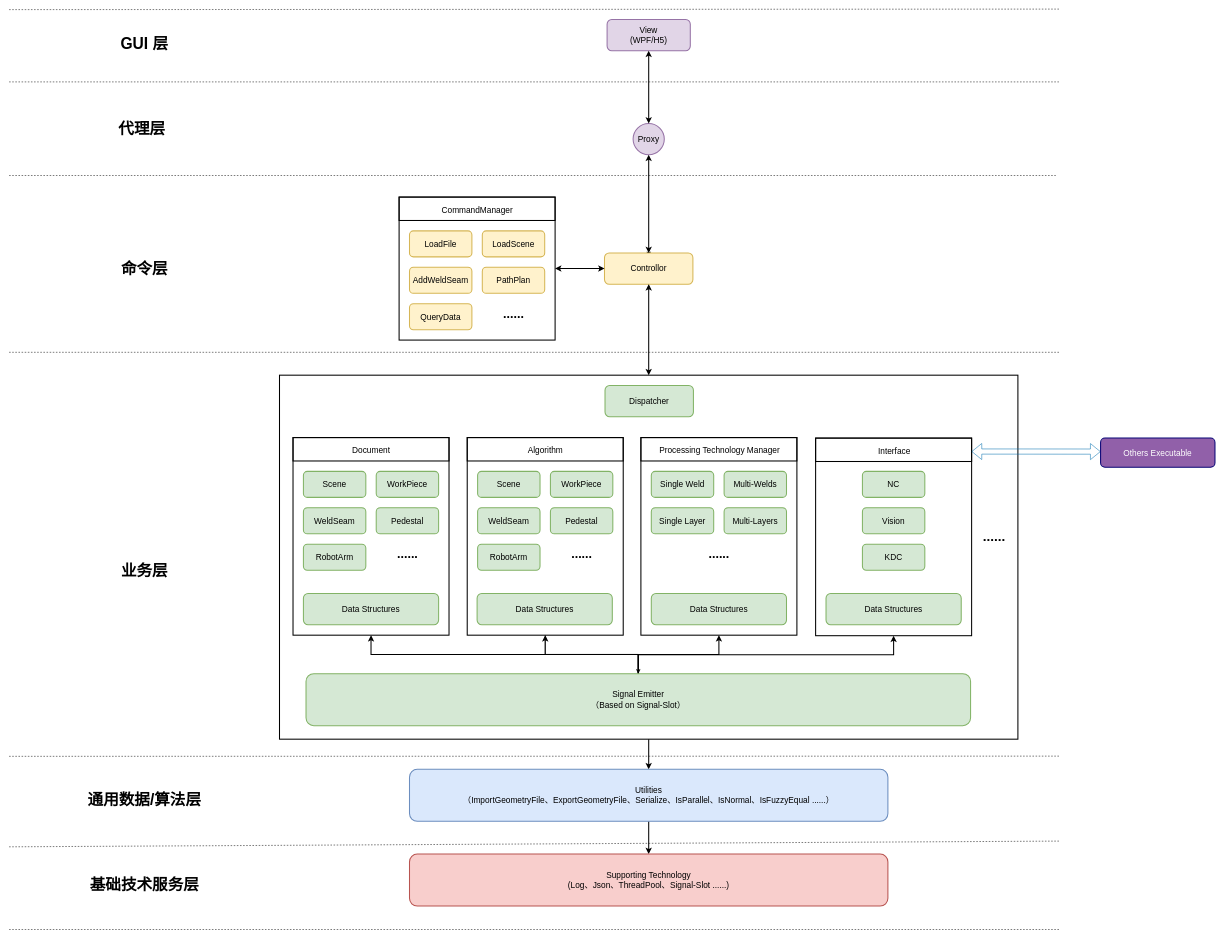
Before: 未命名绘图.drawio in TsinHC/ebook, a draw.io diagram. Source tidied: cells renumbered, new cells numbered last; positions are measured from the earlier drawing's top-left corner, leaving out a move shared by most shapes. Both pictures are drawn from the tidied source at 52%, with x=0, y=0 at pixel (9, 9).
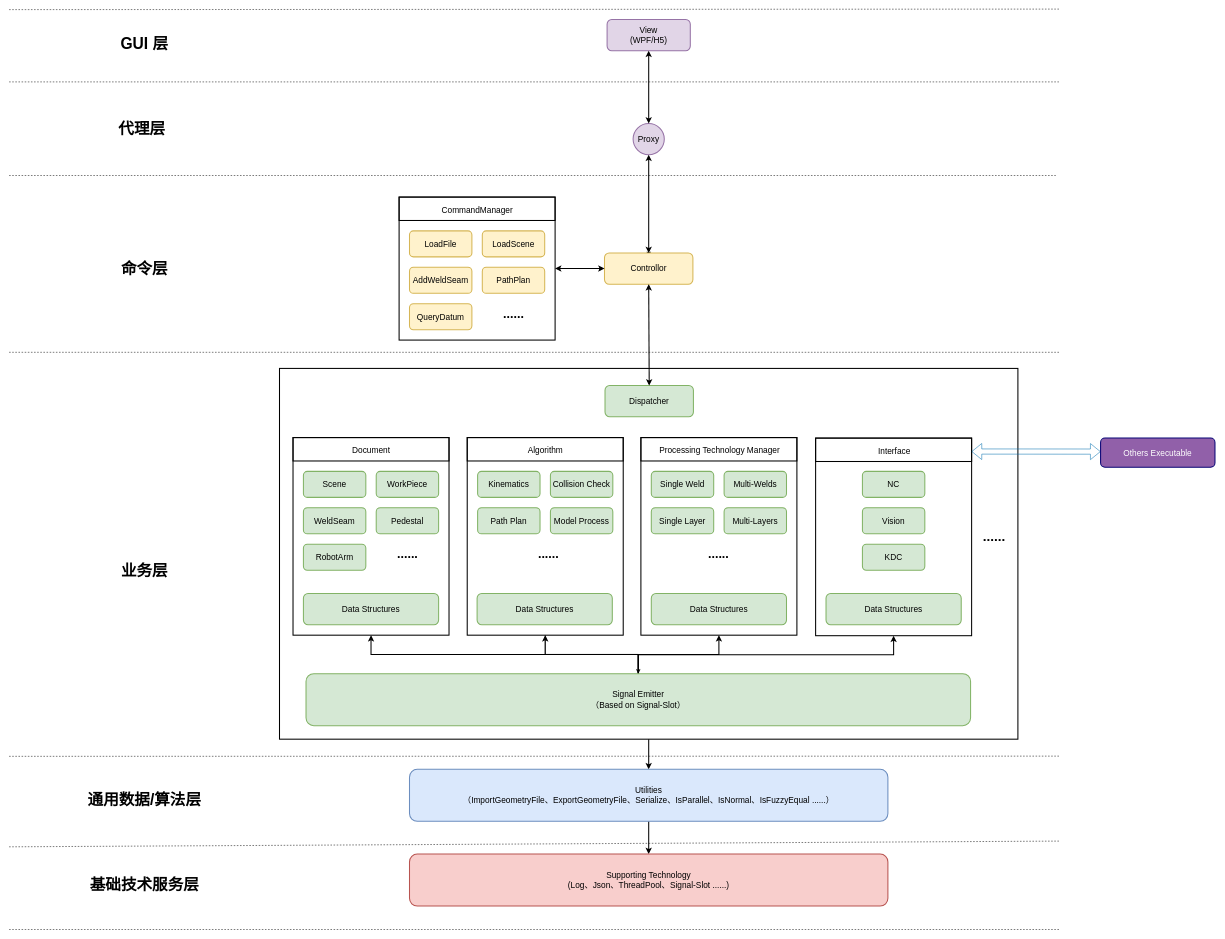
The same diagram, later.

Commit message (it also covers changes not shown here):
更新未命名绘图.drawio

Unchanged cells that the change refers to:
```xml
<mxCell id="7" value="&lt;font style=&quot;&quot;&gt;&lt;font style=&quot;font-size: 16px;&quot;&gt;Controllor&lt;/font&gt;&lt;br&gt;&lt;/font&gt;" style="rounded=1;whiteSpace=wrap;html=1;fillColor=#fff2cc;strokeColor=#d6b656;strokeWidth=2;" parent="1" vertex="1">
  <mxGeometry x="1145" y="469" width="170" height="60" as="geometry" />
</mxCell>
<mxCell id="14" value="&lt;font style=&quot;font-size: 16px;&quot;&gt;Dispatcher&lt;/font&gt;" style="rounded=1;whiteSpace=wrap;html=1;fillColor=#d5e8d4;strokeColor=#82b366;strokeWidth=2;" parent="1" vertex="1">
  <mxGeometry x="1146" y="724" width="170" height="60" as="geometry" />
</mxCell>
```

The edit, as a diff of the source:
```diff
@@
     <mxCell id="3" style="rounded=0;whiteSpace=wrap;html=1;fillColor=none;strokeWidth=2;" parent="1" vertex="1">
-      <mxGeometry x="520" y="704" width="1420" height="700" as="geometry" />
+      <mxGeometry x="520" y="691" width="1420" height="713" as="geometry" />
     </mxCell>
@@
-    <mxCell id="12" value="&lt;font style=&quot;font-size: 16px;&quot;&gt;QueryData&lt;/font&gt;" style="rounded=1;whiteSpace=wrap;html=1;fillColor=#fff2cc;strokeColor=#d6b656;strokeWidth=2;" parent="1" vertex="1">
+    <mxCell id="12" value="&lt;font style=&quot;font-size: 16px;&quot;&gt;QueryDatum&lt;/font&gt;" style="rounded=1;whiteSpace=wrap;html=1;fillColor=#fff2cc;strokeColor=#d6b656;strokeWidth=2;" parent="1" vertex="1">
       <mxGeometry x="770" y="566.5" width="120" height="50" as="geometry" />
     </mxCell>
@@
-    <mxCell id="27" value="&lt;font style=&quot;font-size: 16px;&quot;&gt;Scene&lt;/font&gt;" style="rounded=1;whiteSpace=wrap;html=1;fillColor=#d5e8d4;strokeColor=#82b366;strokeWidth=2;" parent="1" vertex="1">
+    <mxCell id="27" value="&lt;span style=&quot;font-size: 16px;&quot;&gt;Kinematics&lt;/span&gt;" style="rounded=1;whiteSpace=wrap;html=1;fillColor=#d5e8d4;strokeColor=#82b366;strokeWidth=2;" parent="1" vertex="1">
       <mxGeometry x="901" y="889" width="120" height="50" as="geometry" />
     </mxCell>
-    <mxCell id="28" value="&lt;font style=&quot;font-size: 16px;&quot;&gt;WorkPiece&lt;/font&gt;" style="rounded=1;whiteSpace=wrap;html=1;fillColor=#d5e8d4;strokeColor=#82b366;strokeWidth=2;" parent="1" vertex="1">
+    <mxCell id="28" value="&lt;font style=&quot;font-size: 16px;&quot;&gt;Collision Check&lt;/font&gt;" style="rounded=1;whiteSpace=wrap;html=1;fillColor=#d5e8d4;strokeColor=#82b366;strokeWidth=2;" parent="1" vertex="1">
       <mxGeometry x="1041" y="889" width="120" height="50" as="geometry" />
     </mxCell>
-    <mxCell id="29" value="&lt;font style=&quot;font-size: 16px;&quot;&gt;WeldSeam&lt;/font&gt;" style="rounded=1;whiteSpace=wrap;html=1;fillColor=#d5e8d4;strokeColor=#82b366;strokeWidth=2;" parent="1" vertex="1">
+    <mxCell id="29" value="&lt;font style=&quot;font-size: 16px;&quot;&gt;Path Plan&lt;/font&gt;" style="rounded=1;whiteSpace=wrap;html=1;fillColor=#d5e8d4;strokeColor=#82b366;strokeWidth=2;" parent="1" vertex="1">
       <mxGeometry x="901" y="959" width="120" height="50" as="geometry" />
     </mxCell>
-    <mxCell id="30" value="&lt;font style=&quot;font-size: 16px;&quot;&gt;Pedestal&lt;/font&gt;" style="rounded=1;whiteSpace=wrap;html=1;fillColor=#d5e8d4;strokeColor=#82b366;strokeWidth=2;" parent="1" vertex="1">
+    <mxCell id="30" value="&lt;font style=&quot;font-size: 16px;&quot;&gt;Model Process&lt;/font&gt;" style="rounded=1;whiteSpace=wrap;html=1;fillColor=#d5e8d4;strokeColor=#82b366;strokeWidth=2;" parent="1" vertex="1">
       <mxGeometry x="1041" y="959" width="120" height="50" as="geometry" />
     </mxCell>
-    <mxCell id="31" value="&lt;font style=&quot;font-size: 16px;&quot;&gt;RobotArm&lt;/font&gt;" style="rounded=1;whiteSpace=wrap;html=1;fillColor=#d5e8d4;strokeColor=#82b366;strokeWidth=2;" parent="1" vertex="1">
-      <mxGeometry x="901" y="1029" width="120" height="50" as="geometry" />
-    </mxCell>
     <mxCell id="32" value="......" style="text;strokeColor=none;fillColor=none;html=1;fontSize=24;fontStyle=1;verticalAlign=middle;align=center;strokeWidth=2;" parent="1" vertex="1">
-      <mxGeometry x="1051" y="1029" width="100" height="40" as="geometry" />
+      <mxGeometry x="987" y="1029" width="100" height="40" as="geometry" />
     </mxCell>
@@
     <mxCell id="42" value="......" style="text;strokeColor=none;fillColor=none;html=1;fontSize=24;fontStyle=1;verticalAlign=middle;align=center;strokeWidth=2;" parent="1" vertex="1">
-      <mxGeometry x="1215" y="1029" width="300" height="40" as="geometry" />
+      <mxGeometry x="1219" y="1029" width="290" height="40" as="geometry" />
     </mxCell>
@@
-    <mxCell id="55" style="endArrow=classic;startArrow=classic;html=1;rounded=0;entryX=0.5;entryY=0;entryDx=0;entryDy=0;strokeWidth=2;exitX=0.5;exitY=1;exitDx=0;exitDy=0;" parent="1" edge="1" source="7" target="3">
+    <mxCell id="55" style="endArrow=classic;startArrow=classic;html=1;rounded=0;entryX=0.5;entryY=0;entryDx=0;entryDy=0;strokeWidth=2;exitX=0.5;exitY=1;exitDx=0;exitDy=0;" parent="1" edge="1" source="7" target="14">
       <mxGeometry relative="1" as="geometry" />
     </mxCell>
```
